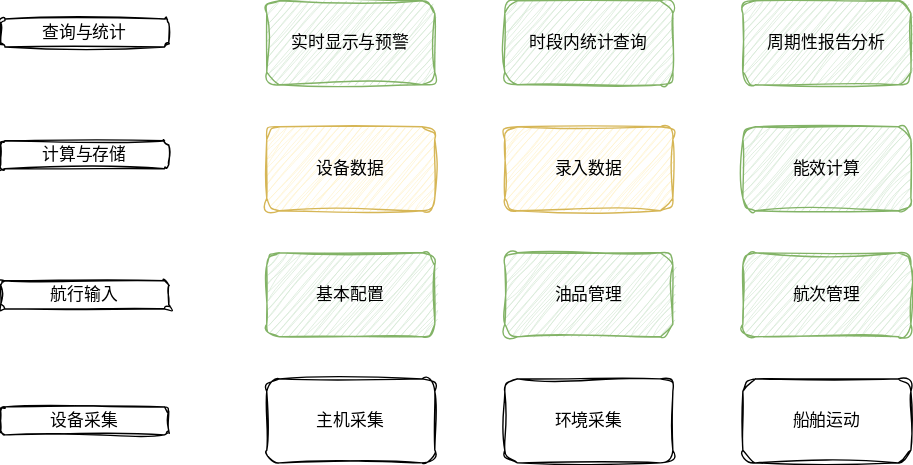
lzdong0714/note keeps this draw.io diagram as 702-能效.drawio.svg. Above is the earlier version. Source tidied: cells renumbered, new cells last; positions are measured from the earlier drawing's top-left corner, leaving out a move shared by most shapes.
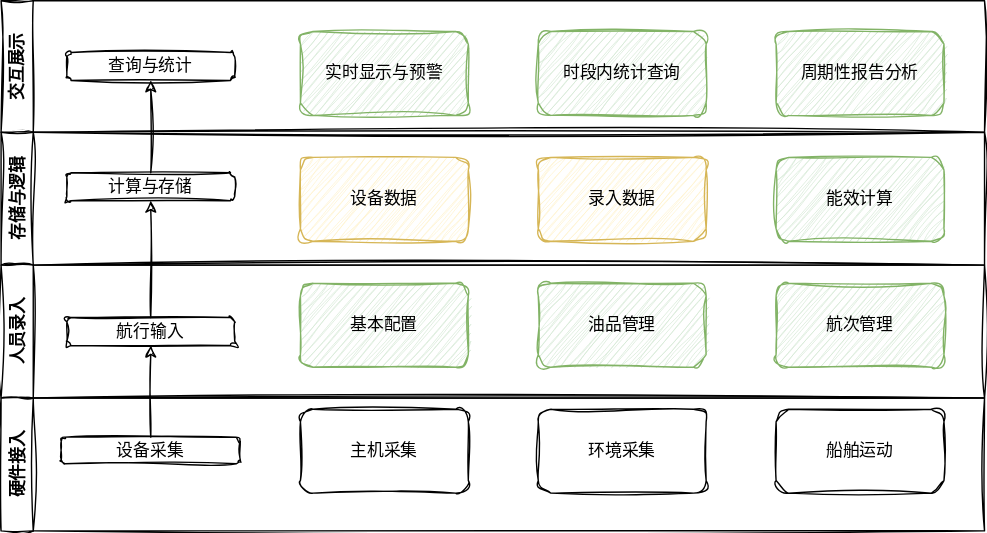
Above is the later version.

Change to the diagram source:
```diff
@@ -2,18 +2,6 @@
   <root>
     <mxCell id="0" />
     <mxCell id="1" parent="0" />
-    <mxCell id="2" value="航行输入" style="rounded=1;whiteSpace=wrap;html=1;sketch=1;hachureGap=4;jiggle=2;curveFitting=1;fontFamily=Architects Daughter;fontSource=https%3A%2F%2Ffonts.googleapis.com%2Fcss%3Ffamily%3DArchitects%2BDaughter;" parent="1" vertex="1">
-      <mxGeometry y="200" width="120" height="20" as="geometry" />
-    </mxCell>
-    <mxCell id="3" value="设备采集" style="rounded=1;whiteSpace=wrap;html=1;sketch=1;hachureGap=4;jiggle=2;curveFitting=1;fontFamily=Architects Daughter;fontSource=https%3A%2F%2Ffonts.googleapis.com%2Fcss%3Ffamily%3DArchitects%2BDaughter;" parent="1" vertex="1">
-      <mxGeometry y="290" width="120" height="20" as="geometry" />
-    </mxCell>
-    <mxCell id="4" value="计算与存储" style="rounded=1;whiteSpace=wrap;html=1;sketch=1;hachureGap=4;jiggle=2;curveFitting=1;fontFamily=Architects Daughter;fontSource=https%3A%2F%2Ffonts.googleapis.com%2Fcss%3Ffamily%3DArchitects%2BDaughter;" parent="1" vertex="1">
-      <mxGeometry y="100" width="120" height="20" as="geometry" />
-    </mxCell>
-    <mxCell id="5" value="查询与统计" style="rounded=1;whiteSpace=wrap;html=1;hachureGap=4;fontFamily=Architects Daughter;fontSource=https%3A%2F%2Ffonts.googleapis.com%2Fcss%3Ffamily%3DArchitects%2BDaughter;sketch=1;curveFitting=1;jiggle=2;" parent="1" vertex="1">
-      <mxGeometry y="13" width="120" height="20" as="geometry" />
-    </mxCell>
     <mxCell id="6" value="主机采集" style="rounded=1;whiteSpace=wrap;html=1;sketch=1;hachureGap=4;jiggle=2;curveFitting=1;fontFamily=Architects Daughter;fontSource=https%3A%2F%2Ffonts.googleapis.com%2Fcss%3Ffamily%3DArchitects%2BDaughter;" parent="1" vertex="1">
       <mxGeometry x="190" y="270" width="120" height="60" as="geometry" />
     </mxCell>
@@ -50,5 +38,38 @@
     <mxCell id="17" value="周期性报告分析" style="rounded=1;whiteSpace=wrap;html=1;sketch=1;hachureGap=4;jiggle=2;curveFitting=1;fontFamily=Architects Daughter;fontSource=https%3A%2F%2Ffonts.googleapis.com%2Fcss%3Ffamily%3DArchitects%2BDaughter;fillColor=#d5e8d4;strokeColor=#82b366;" parent="1" vertex="1">
       <mxGeometry x="530" width="120" height="60" as="geometry" />
     </mxCell>
+    <mxCell id="18" value="交互展示" style="swimlane;horizontal=0;whiteSpace=wrap;html=1;sketch=1;hachureGap=4;jiggle=2;curveFitting=1;fontFamily=Architects Daughter;fontSource=https%3A%2F%2Ffonts.googleapis.com%2Fcss%3Ffamily%3DArchitects%2BDaughter;" parent="1" vertex="1">
+      <mxGeometry x="-24" y="-22" width="703" height="94" as="geometry" />
+    </mxCell>
+    <mxCell id="5" value="查询与统计" style="rounded=1;whiteSpace=wrap;html=1;hachureGap=4;fontFamily=Architects Daughter;fontSource=https%3A%2F%2Ffonts.googleapis.com%2Fcss%3Ffamily%3DArchitects%2BDaughter;sketch=1;curveFitting=1;jiggle=2;" parent="18" vertex="1">
+      <mxGeometry x="47" y="37" width="120" height="20" as="geometry" />
+    </mxCell>
+    <mxCell id="19" value="存储与逻辑" style="swimlane;horizontal=0;whiteSpace=wrap;html=1;sketch=1;hachureGap=4;jiggle=2;curveFitting=1;fontFamily=Architects Daughter;fontSource=https%3A%2F%2Ffonts.googleapis.com%2Fcss%3Ffamily%3DArchitects%2BDaughter;" parent="1" vertex="1">
+      <mxGeometry x="-24" y="72" width="703" height="95" as="geometry" />
+    </mxCell>
+    <mxCell id="4" value="计算与存储" style="rounded=1;whiteSpace=wrap;html=1;sketch=1;hachureGap=4;jiggle=2;curveFitting=1;fontFamily=Architects Daughter;fontSource=https%3A%2F%2Ffonts.googleapis.com%2Fcss%3Ffamily%3DArchitects%2BDaughter;" parent="19" vertex="1">
+      <mxGeometry x="47" y="29" width="120" height="20" as="geometry" />
+    </mxCell>
+    <mxCell id="20" value="人员录入" style="swimlane;horizontal=0;whiteSpace=wrap;html=1;sketch=1;hachureGap=4;jiggle=2;curveFitting=1;fontFamily=Architects Daughter;fontSource=https%3A%2F%2Ffonts.googleapis.com%2Fcss%3Ffamily%3DArchitects%2BDaughter;" parent="1" vertex="1">
+      <mxGeometry x="-24" y="167" width="703" height="95" as="geometry" />
+    </mxCell>
+    <mxCell id="2" value="航行输入" style="rounded=1;whiteSpace=wrap;html=1;sketch=1;hachureGap=4;jiggle=2;curveFitting=1;fontFamily=Architects Daughter;fontSource=https%3A%2F%2Ffonts.googleapis.com%2Fcss%3Ffamily%3DArchitects%2BDaughter;" parent="20" vertex="1">
+      <mxGeometry x="47" y="37.5" width="120" height="20" as="geometry" />
+    </mxCell>
+    <mxCell id="21" value="硬件接入" style="swimlane;horizontal=0;whiteSpace=wrap;html=1;sketch=1;hachureGap=4;jiggle=2;curveFitting=1;fontFamily=Architects Daughter;fontSource=https%3A%2F%2Ffonts.googleapis.com%2Fcss%3Ffamily%3DArchitects%2BDaughter;" parent="1" vertex="1">
+      <mxGeometry x="-24" y="262" width="703" height="95" as="geometry" />
+    </mxCell>
+    <mxCell id="3" value="设备采集" style="rounded=1;whiteSpace=wrap;html=1;sketch=1;hachureGap=4;jiggle=2;curveFitting=1;fontFamily=Architects Daughter;fontSource=https%3A%2F%2Ffonts.googleapis.com%2Fcss%3Ffamily%3DArchitects%2BDaughter;" parent="21" vertex="1">
+      <mxGeometry x="43" y="28" width="128" height="19" as="geometry" />
+    </mxCell>
+    <mxCell id="22" style="edgeStyle=orthogonalEdgeStyle;rounded=0;sketch=1;hachureGap=4;jiggle=2;curveFitting=1;jettySize=auto;html=1;entryX=0.5;entryY=1;entryDx=0;entryDy=0;fontFamily=Architects Daughter;fontSource=https%3A%2F%2Ffonts.googleapis.com%2Fcss%3Ffamily%3DArchitects%2BDaughter;" parent="1" edge="1" source="3" target="2">
+      <mxGeometry relative="1" as="geometry" />
+    </mxCell>
+    <mxCell id="23" style="edgeStyle=orthogonalEdgeStyle;rounded=0;sketch=1;hachureGap=4;jiggle=2;curveFitting=1;jettySize=auto;html=1;fontFamily=Architects Daughter;fontSource=https%3A%2F%2Ffonts.googleapis.com%2Fcss%3Ffamily%3DArchitects%2BDaughter;" parent="1" edge="1" source="2" target="4">
+      <mxGeometry relative="1" as="geometry" />
+    </mxCell>
+    <mxCell id="24" style="edgeStyle=orthogonalEdgeStyle;rounded=0;sketch=1;hachureGap=4;jiggle=2;curveFitting=1;jettySize=auto;html=1;fontFamily=Architects Daughter;fontSource=https%3A%2F%2Ffonts.googleapis.com%2Fcss%3Ffamily%3DArchitects%2BDaughter;" parent="1" edge="1" source="4" target="5">
+      <mxGeometry relative="1" as="geometry" />
+    </mxCell>
   </root>
 </mxGraphModel>
```
